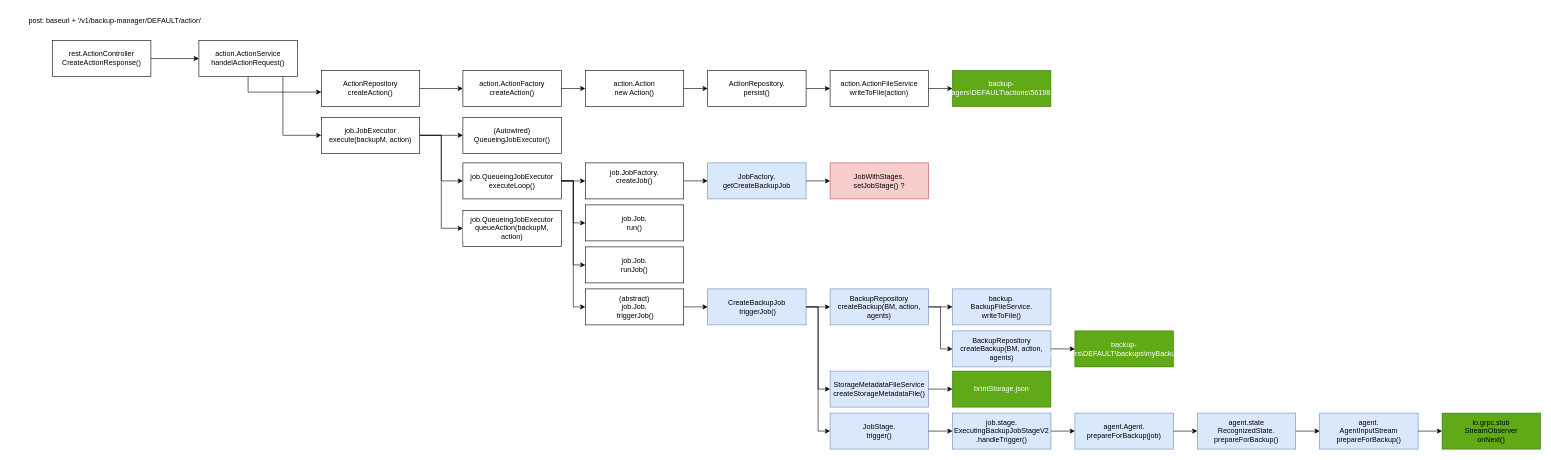
The draw.io diagram page "create_backup_1" (4 of 5) of BRO-Post-Action.drawio in Albert-W/Draw_io, before the edit. Source tidied: cells renumbered, new cells numbered last; positions are measured from the earlier drawing's top-left corner, leaving out a move shared by most shapes. Both pictures are drawn from the tidied source at 60%, with x=0, y=0 at pixel (10, 10).
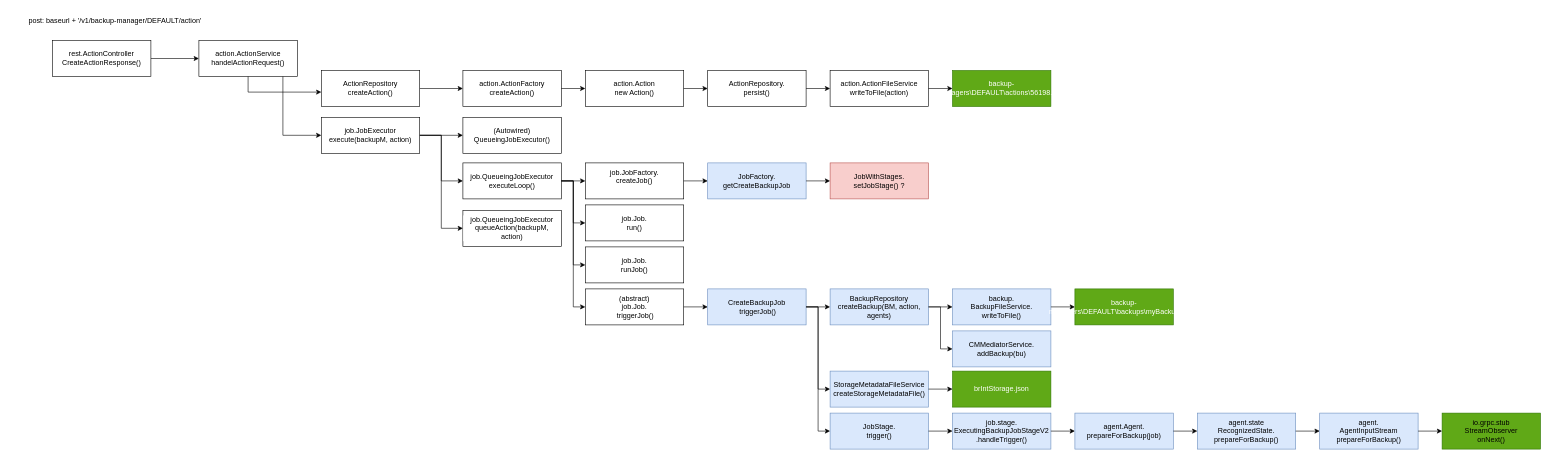
Above is the later version.

The change refers to these unchanged cells:
```xml
<mxCell id="59" value="&lt;div&gt;backup.&lt;/div&gt;&lt;div&gt;BackupFileService.&lt;/div&gt;&lt;div&gt;writeToFile()&lt;br&gt;&lt;/div&gt;" style="whiteSpace=wrap;html=1;align=center;newEdgeStyle={&quot;edgeStyle&quot;:&quot;elbowEdgeStyle&quot;,&quot;startArrow&quot;:&quot;none&quot;,&quot;endArrow&quot;:&quot;none&quot;};fillColor=#dae8fc;strokeColor=#6c8ebf;" parent="1" vertex="1">
  <mxGeometry x="1570" y="464" width="164" height="60" as="geometry" />
</mxCell>
```

What changed in the source:
```diff
@@
-    <mxCell id="61" value="&lt;div style=&quot;color: rgb(0 , 0 , 0) ; font-family: &amp;#34;helvetica&amp;#34; ; font-size: 12px ; font-style: normal ; font-weight: 400 ; letter-spacing: normal ; text-align: center ; text-indent: 0px ; text-transform: none ; word-spacing: 0px&quot;&gt;&lt;span&gt;BackupRepository&lt;/span&gt;&lt;/div&gt;&lt;div style=&quot;color: rgb(0 , 0 , 0) ; font-family: &amp;#34;helvetica&amp;#34; ; font-size: 12px ; font-style: normal ; font-weight: 400 ; letter-spacing: normal ; text-align: center ; text-indent: 0px ; text-transform: none ; word-spacing: 0px&quot;&gt;&lt;span&gt;createBackup(BM, action, agents)&lt;/span&gt;&lt;/div&gt;" style="whiteSpace=wrap;html=1;align=center;newEdgeStyle={&quot;edgeStyle&quot;:&quot;elbowEdgeStyle&quot;,&quot;startArrow&quot;:&quot;none&quot;,&quot;endArrow&quot;:&quot;none&quot;};fillColor=#dae8fc;strokeColor=#6c8ebf;" parent="1" vertex="1">
+    <mxCell id="61" value="&lt;div&gt;CMMediatorService.&lt;/div&gt;&lt;div&gt;addBackup(bu)&lt;br&gt;&lt;/div&gt;" style="whiteSpace=wrap;html=1;align=center;newEdgeStyle={&quot;edgeStyle&quot;:&quot;elbowEdgeStyle&quot;,&quot;startArrow&quot;:&quot;none&quot;,&quot;endArrow&quot;:&quot;none&quot;};fillColor=#dae8fc;strokeColor=#6c8ebf;" parent="1" vertex="1">
       <mxGeometry x="1570" y="534" width="164" height="60" as="geometry" />
     </mxCell>
-    <mxCell id="62" style="edgeStyle=orthogonalEdgeStyle;rounded=0;jettySize=auto;html=1;exitX=1;exitY=0.5;exitDx=0;exitDy=0;entryX=0;entryY=0.5;entryDx=0;entryDy=0;endArrow=classic;endFill=1;" parent="1" edge="1" source="61" target="63">
-      <mxGeometry relative="1" as="geometry" />
-    </mxCell>
+    <mxCell id="64" style="edgeStyle=orthogonalEdgeStyle;rounded=0;jettySize=auto;html=1;exitX=1;exitY=0.5;exitDx=0;exitDy=0;entryX=0;entryY=0.5;entryDx=0;entryDy=0;endArrow=classic;endFill=1;" parent="1" edge="1" source="59" target="63">
+      <mxGeometry relative="1" as="geometry" />
+    </mxCell>
     <mxCell id="63" value="backup-managers\DEFAULT\backups\myBackup4.json" style="whiteSpace=wrap;html=1;align=center;newEdgeStyle={&quot;edgeStyle&quot;:&quot;elbowEdgeStyle&quot;,&quot;startArrow&quot;:&quot;none&quot;,&quot;endArrow&quot;:&quot;none&quot;};fillColor=#60a917;strokeColor=#2D7600;fontColor=#ffffff;" parent="1" vertex="1">
-      <mxGeometry x="1774" y="534" width="164" height="60" as="geometry" />
+      <mxGeometry x="1774" y="464" width="164" height="60" as="geometry" />
     </mxCell>
```
